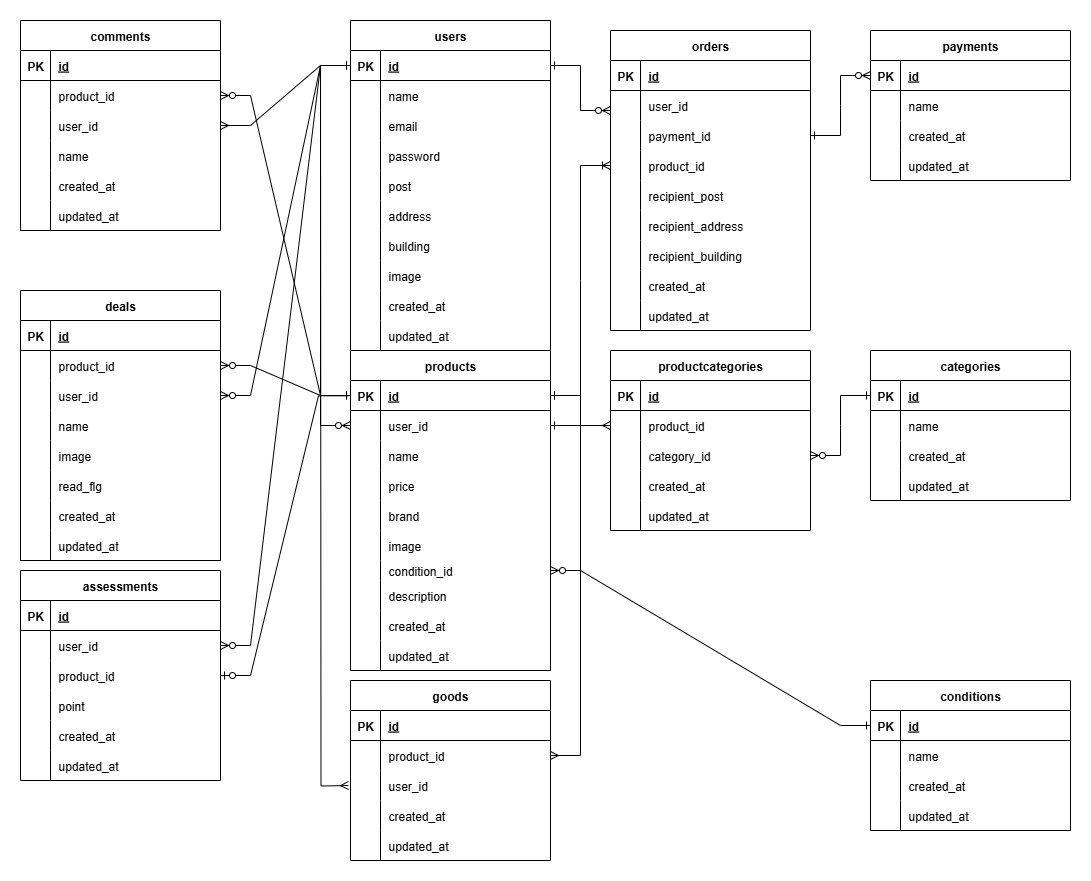
akio0121/flea-market keeps this draw.io diagram as ER.png. Above is the earlier version. Source tidied: cells renumbered, new cells last; positions are measured from the earlier drawing's top-left corner, leaving out a move shared by most shapes.
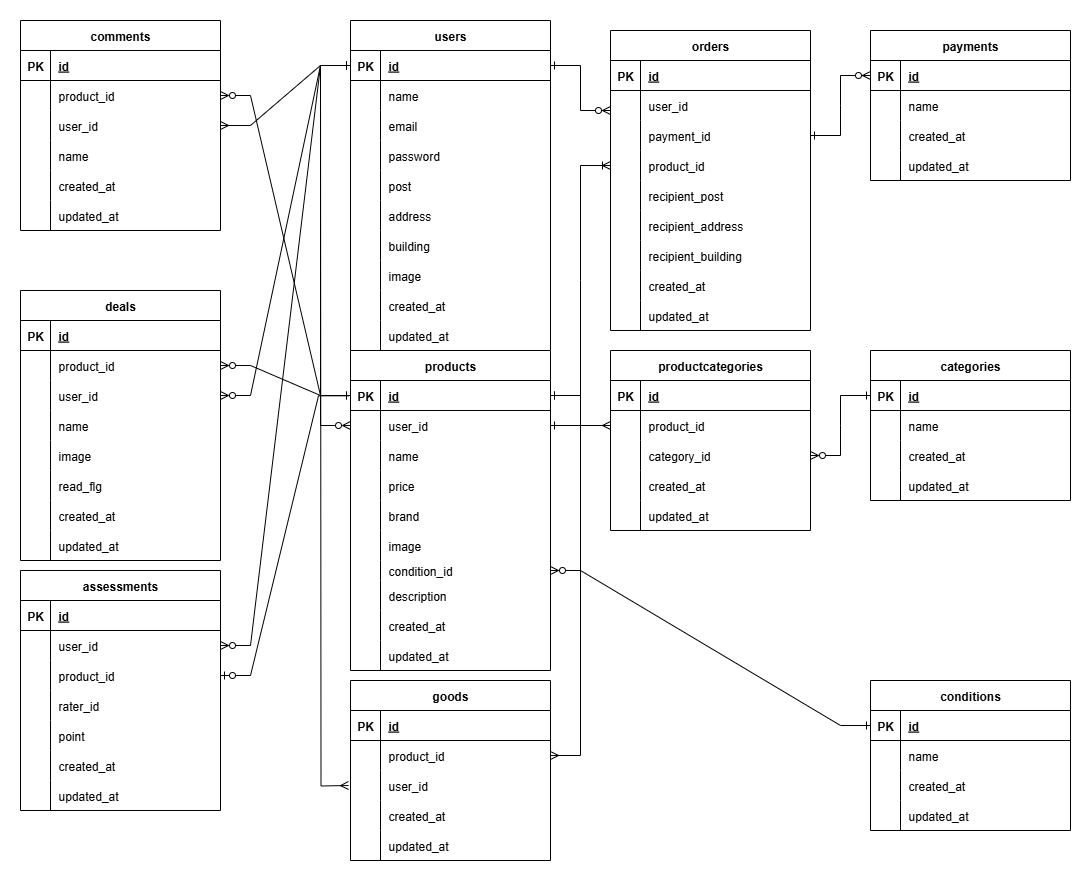
After the change.

What changed in the source:
```diff
@@ -618,7 +618,7 @@
       <mxGeometry x="30" width="170" height="30" as="geometry" />
     </mxCell>
     <mxCell id="207" value="assessments" style="shape=table;startSize=30;rowLines=0;fontStyle=1;align=center;" parent="1" vertex="1">
-      <mxGeometry x="150" y="550" width="200" height="210" as="geometry" />
+      <mxGeometry x="150" y="550" width="200" height="240" as="geometry" />
     </mxCell>
     <mxCell id="208" style="shape=partialRectangle;fillColor=none;top=0;left=0;right=0;bottom=1;" parent="207" vertex="1">
       <mxGeometry y="30" width="200" height="30" as="geometry" />
@@ -647,8 +647,17 @@
     <mxCell id="216" value="product_id" style="shape=partialRectangle;overflow=hidden;fillColor=none;top=0;left=0;bottom=0;right=0;align=left;spacingLeft=6;" parent="214" vertex="1">
       <mxGeometry x="30" width="170" height="30" as="geometry" />
     </mxCell>
+    <mxCell id="241" style="shape=partialRectangle;fillColor=none;top=0;left=0;right=0;bottom=0;" parent="207" vertex="1">
+      <mxGeometry y="120" width="200" height="30" as="geometry" />
+    </mxCell>
+    <mxCell id="242" style="shape=partialRectangle;overflow=hidden;fillColor=none;top=0;left=0;bottom=0;right=0;" parent="241" vertex="1">
+      <mxGeometry width="30" height="30" as="geometry" />
+    </mxCell>
+    <mxCell id="243" value="rater_id" style="shape=partialRectangle;overflow=hidden;fillColor=none;top=0;left=0;bottom=0;right=0;align=left;spacingLeft=6;" parent="241" vertex="1">
+      <mxGeometry x="30" width="170" height="30" as="geometry" />
+    </mxCell>
     <mxCell id="217" style="shape=partialRectangle;fillColor=none;top=0;left=0;right=0;bottom=0;" parent="207" vertex="1">
-      <mxGeometry y="120" width="200" height="30" as="geometry" />
+      <mxGeometry y="150" width="200" height="30" as="geometry" />
     </mxCell>
     <mxCell id="218" style="shape=partialRectangle;overflow=hidden;fillColor=none;top=0;left=0;bottom=0;right=0;" parent="217" vertex="1">
       <mxGeometry width="30" height="30" as="geometry" />
@@ -657,7 +666,7 @@
       <mxGeometry x="30" width="170" height="30" as="geometry" />
     </mxCell>
     <mxCell id="220" style="shape=partialRectangle;fillColor=none;top=0;left=0;right=0;bottom=0;" parent="207" vertex="1">
-      <mxGeometry y="150" width="200" height="30" as="geometry" />
+      <mxGeometry y="180" width="200" height="30" as="geometry" />
     </mxCell>
     <mxCell id="221" style="shape=partialRectangle;overflow=hidden;fillColor=none;top=0;left=0;bottom=0;right=0;" parent="220" vertex="1">
       <mxGeometry width="30" height="30" as="geometry" />
@@ -666,7 +675,7 @@
       <mxGeometry x="30" width="170" height="30" as="geometry" />
     </mxCell>
     <mxCell id="223" style="shape=partialRectangle;fillColor=none;top=0;left=0;right=0;bottom=0;" parent="207" vertex="1">
-      <mxGeometry y="180" width="200" height="30" as="geometry" />
+      <mxGeometry y="210" width="200" height="30" as="geometry" />
     </mxCell>
     <mxCell id="224" style="shape=partialRectangle;overflow=hidden;fillColor=none;top=0;left=0;bottom=0;right=0;" parent="223" vertex="1">
       <mxGeometry width="30" height="30" as="geometry" />
```
